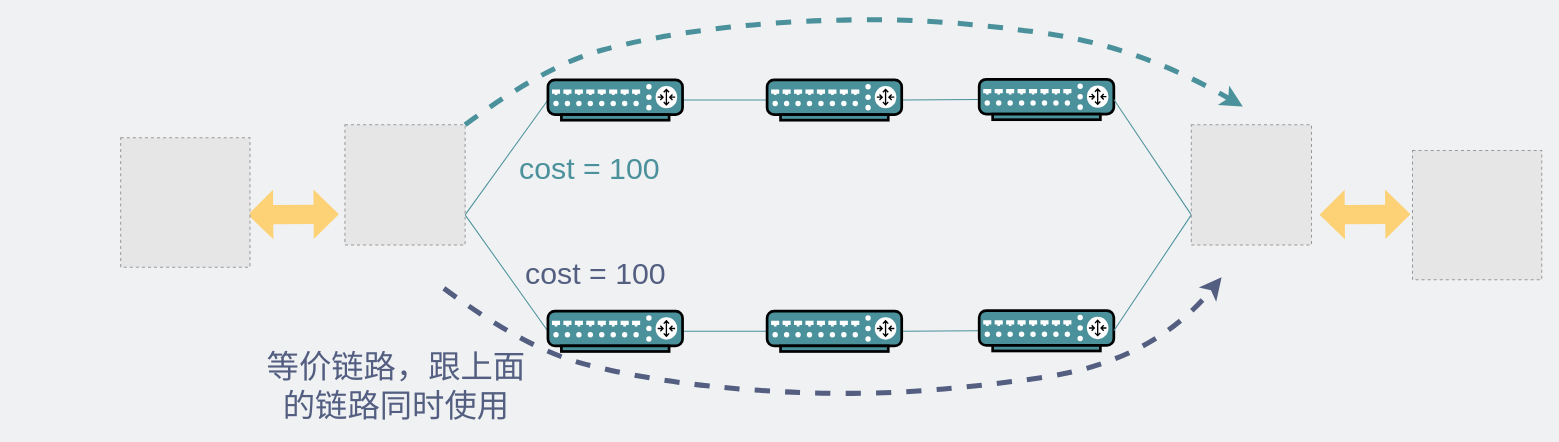
Above: network/通过五元组选择路径.drawio in xiaobaiTech/image (draw.io), before the change. Source tidied: cells renumbered, new cells numbered last; positions are measured from the earlier drawing's top-left corner, leaving out a move shared by most shapes. Both pictures are drawn from the tidied source at 101%, with x=0, y=0 at pixel (120, 19). Pictures stored in the file or linked from it are replaced by grey dashed boxes.
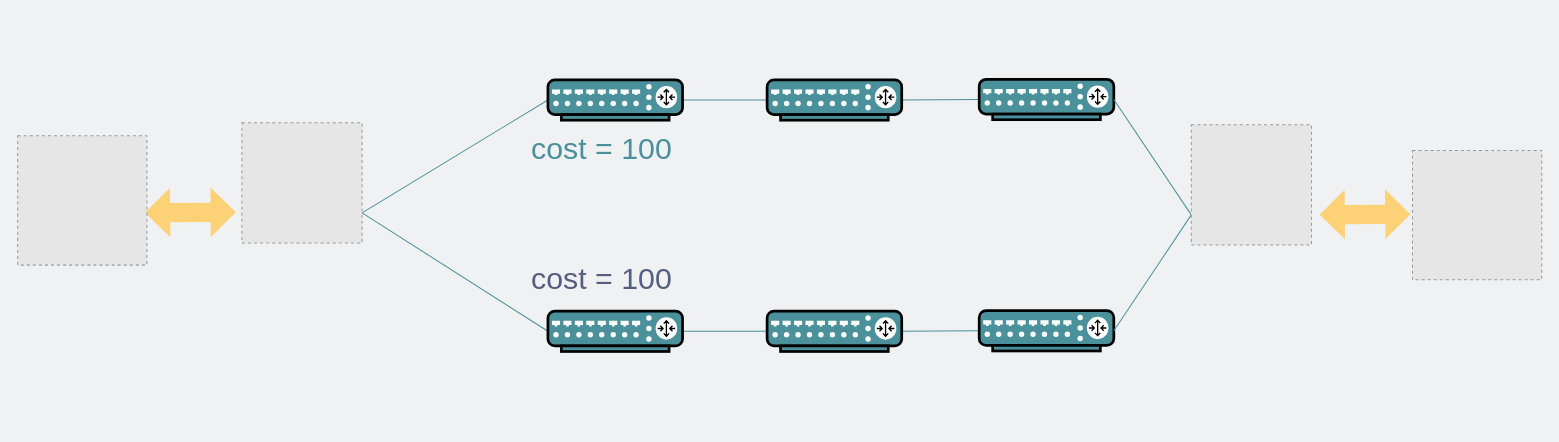
Above is the later version.

Commit message:
更新通过五元组选择路径.drawio

Change to the diagram source:
```diff
@@
     <mxCell id="2" style="shape=flexArrow;endArrow=classic;startArrow=classic;html=1;shadow=0;startSize=5;sourcePerimeterSpacing=0;targetPerimeterSpacing=0;strokeColor=none;strokeWidth=10;fillColor=#FDD276;endSize=5;" parent="1" edge="1">
       <mxGeometry relative="1" as="geometry">
-        <mxPoint x="121" y="193.2" as="sourcePoint" />
-        <mxPoint x="221" y="192.5" as="targetPoint" />
+        <mxPoint x="19" y="191.2" as="sourcePoint" />
+        <mxPoint x="119" y="190.5" as="targetPoint" />
       </mxGeometry>
     </mxCell>
     <mxCell id="3" style="fillColor=#E6E6E6;strokeColor=#999999;dashed=1;verticalLabelPosition=bottom;verticalAlign=top;" parent="1" vertex="1">
-      <mxGeometry y="117" width="128" height="128" as="geometry" />
+      <mxGeometry x="-102" y="115" width="128" height="128" as="geometry" />
     </mxCell>
@@
     <mxCell id="6" style="fillColor=#E6E6E6;strokeColor=#999999;dashed=1;verticalLabelPosition=bottom;verticalAlign=top;" parent="1" vertex="1">
-      <mxGeometry x="222" y="104" width="119" height="119" as="geometry" />
+      <mxGeometry x="120" y="102" width="119" height="119" as="geometry" />
     </mxCell>
@@
     <mxCell id="22" value="&lt;font color=&quot;#4a919b&quot; style=&quot;font-size: 30px;&quot;&gt;cost = 100&lt;/font&gt;" style="text;html=1;strokeColor=none;fillColor=none;align=center;verticalAlign=middle;whiteSpace=wrap;rounded=0;" parent="1" vertex="1">
-      <mxGeometry x="387" y="127" width="155" height="39" as="geometry" />
+      <mxGeometry x="399.3" y="107" width="155" height="39" as="geometry" />
     </mxCell>
     <mxCell id="23" value="&lt;font color=&quot;#535e80&quot; style=&quot;font-size: 30px;&quot;&gt;cost = 100&lt;/font&gt;" style="text;html=1;strokeColor=none;fillColor=none;align=center;verticalAlign=middle;whiteSpace=wrap;rounded=0;" parent="1" vertex="1">
-      <mxGeometry x="395" y="231" width="151" height="39" as="geometry" />
+      <mxGeometry x="401.3" y="236" width="151" height="39" as="geometry" />
     </mxCell>
-    <mxCell id="24" style="curved=1;endArrow=classic;html=1;rounded=0;fontSize=20;fontColor=#535E80;dashed=1;strokeWidth=5;exitX=1;exitY=0;exitDx=0;exitDy=0;strokeColor=#4A919B;" parent="1" edge="1" source="6">
-      <mxGeometry relative="1" as="geometry">
-        <mxPoint x="1111" y="86" as="targetPoint" />
-        <Array as="points">
-          <mxPoint x="421" y="45" />
-          <mxPoint x="533" y="15" />
-          <mxPoint x="670" />
-          <mxPoint x="821" />
-          <mxPoint x="1010" y="27" />
-        </Array>
-      </mxGeometry>
-    </mxCell>
-    <mxCell id="25" style="curved=1;endArrow=classic;html=1;rounded=0;fontSize=20;fontColor=#535E80;dashed=1;strokeWidth=5;exitX=1;exitY=0;exitDx=0;exitDy=0;strokeColor=#535E80;" parent="1" edge="1">
-      <mxGeometry relative="1" as="geometry">
-        <mxPoint x="320" y="266" as="sourcePoint" />
-        <mxPoint x="1090" y="255" as="targetPoint" />
-        <Array as="points">
-          <mxPoint x="400" y="325" />
-          <mxPoint x="512" y="355" />
-          <mxPoint x="649" y="370" />
-          <mxPoint x="800" y="370" />
-          <mxPoint x="1022" y="339" />
-        </Array>
-      </mxGeometry>
-    </mxCell>
-    <mxCell id="26" value="&lt;font style=&quot;font-size: 32px;&quot;&gt;等价链路，跟上面&lt;br&gt;的链路同时使用&lt;br&gt;&lt;/font&gt;" style="text;html=1;strokeColor=none;fillColor=none;align=center;verticalAlign=middle;whiteSpace=wrap;rounded=0;fontSize=20;fontColor=#535E80;" parent="1" vertex="1">
-      <mxGeometry x="108" y="344" width="330" height="38" as="geometry" />
-    </mxCell>
```
